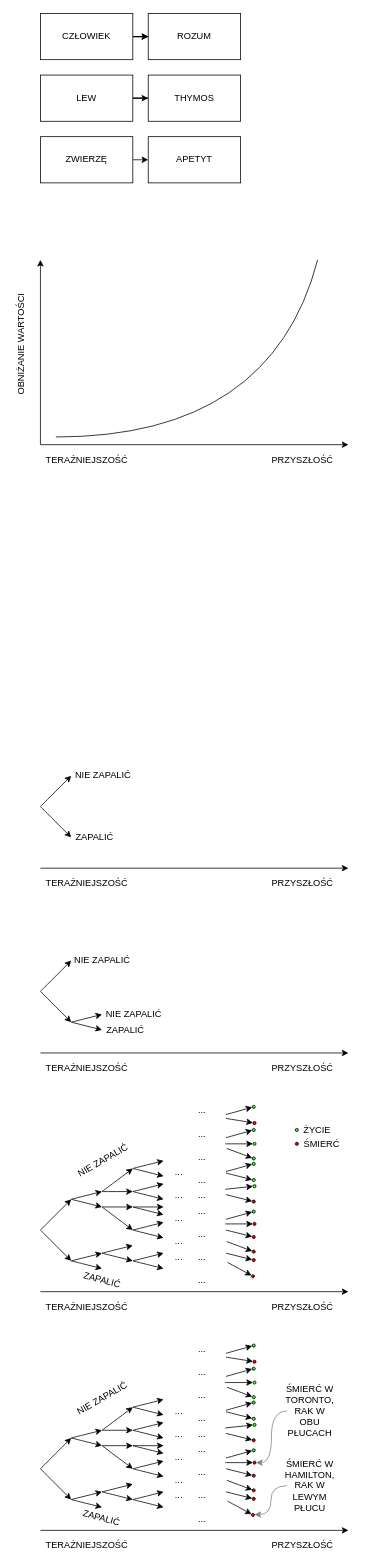
This is images/Untitled Diagram.drawio from lyckantropen/awakening-pl, a draw.io file, before an edit. Source tidied: cells renumbered, new cells numbered last; positions are measured from the earlier drawing's top-left corner, leaving out a move shared by most shapes. Both pictures are drawn from the tidied source at 77%, with x=0, y=0 at pixel (-37, 13).
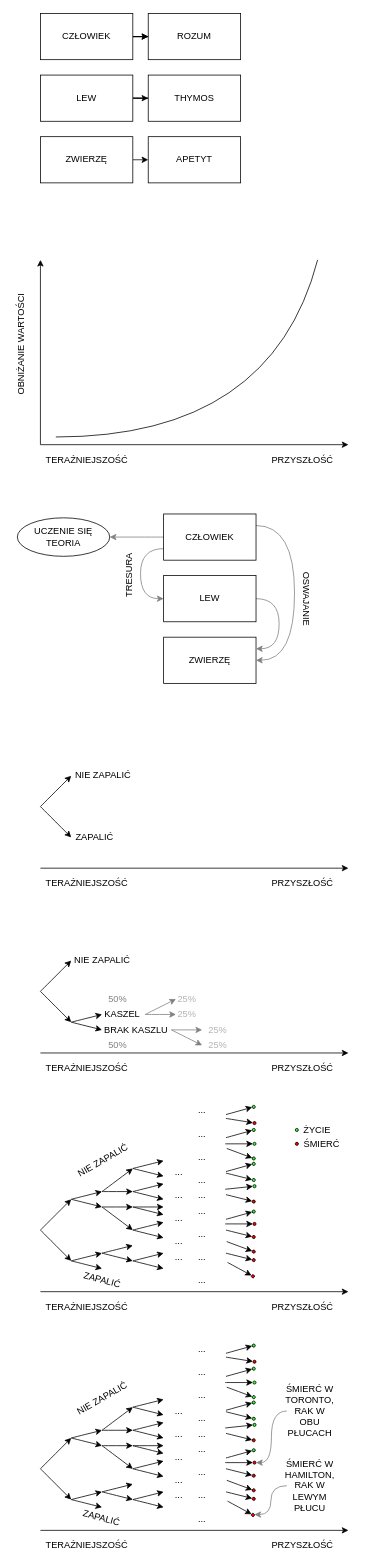
The same diagram, later.

Change to the diagram source:
```diff
@@
-    <mxCell id="109" value="ZAPALIĆ" style="text;html=1;align=center;verticalAlign=middle;strokeColor=none;fillColor=none;" parent="1" vertex="1">
-      <mxGeometry x="180" y="1310" width="60" height="20" as="geometry" />
+    <mxCell id="109" value="BRAK KASZLU" style="text;html=1;align=center;verticalAlign=middle;strokeColor=none;fillColor=none;" parent="1" vertex="1">
+      <mxGeometry x="174" y="1310" width="100" height="20" as="geometry" />
     </mxCell>
-    <mxCell id="110" value="NIE ZAPALIĆ" style="text;html=1;align=center;verticalAlign=middle;strokeColor=none;fillColor=none;" parent="1" vertex="1">
-      <mxGeometry x="176" y="1290" width="90" height="20" as="geometry" />
+    <mxCell id="110" value="KASZEL" style="text;html=1;align=center;verticalAlign=middle;strokeColor=none;fillColor=none;" parent="1" vertex="1">
+      <mxGeometry x="176" y="1290" width="60" height="20" as="geometry" />
     </mxCell>
@@
+    <mxCell id="215" style="endArrow=classic;html=1;curved=1;fontColor=#999999;strokeColor=#808080;" parent="1" edge="1">
+      <mxGeometry x="176" y="1250" as="geometry">
+        <mxPoint x="236" y="1300" as="sourcePoint" />
+        <mxPoint x="276" y="1280" as="targetPoint" />
+      </mxGeometry>
+    </mxCell>
+    <mxCell id="216" style="endArrow=classic;html=1;curved=1;fontColor=#999999;strokeColor=#808080;" parent="1" edge="1">
+      <mxGeometry x="176" y="1250" as="geometry">
+        <mxPoint x="236" y="1300" as="sourcePoint" />
+        <mxPoint x="276" y="1300" as="targetPoint" />
+      </mxGeometry>
+    </mxCell>
+    <mxCell id="217" style="endArrow=classic;html=1;curved=1;fontColor=#999999;strokeColor=#808080;" parent="1" edge="1">
+      <mxGeometry x="210" y="1270" as="geometry">
+        <mxPoint x="270" y="1320" as="sourcePoint" />
+        <mxPoint x="310" y="1340" as="targetPoint" />
+      </mxGeometry>
+    </mxCell>
+    <mxCell id="218" style="endArrow=classic;html=1;curved=1;fontColor=#999999;strokeColor=#808080;" parent="1" edge="1">
+      <mxGeometry x="210" y="1270" as="geometry">
+        <mxPoint x="270" y="1320" as="sourcePoint" />
+        <mxPoint x="310" y="1320" as="targetPoint" />
+      </mxGeometry>
+    </mxCell>
+    <mxCell id="219" value="50%" style="text;html=1;align=center;verticalAlign=middle;strokeColor=none;fillColor=none;fontColor=#808080;" parent="1" vertex="1">
+      <mxGeometry x="180" y="1270" width="40" height="20" as="geometry" />
+    </mxCell>
+    <mxCell id="220" value="50%" style="text;html=1;align=center;verticalAlign=middle;strokeColor=none;fillColor=none;fontColor=#808080;" parent="1" vertex="1">
+      <mxGeometry x="180" y="1330" width="40" height="20" as="geometry" />
+    </mxCell>
+    <mxCell id="221" value="25%" style="text;html=1;align=center;verticalAlign=middle;strokeColor=none;fillColor=none;fontColor=#B3B3B3;" parent="1" vertex="1">
+      <mxGeometry x="270" y="1270" width="40" height="20" as="geometry" />
+    </mxCell>
+    <mxCell id="222" value="25%" style="text;html=1;align=center;verticalAlign=middle;strokeColor=none;fillColor=none;fontColor=#B3B3B3;" parent="1" vertex="1">
+      <mxGeometry x="270" y="1290" width="40" height="20" as="geometry" />
+    </mxCell>
+    <mxCell id="223" value="25%" style="text;html=1;align=center;verticalAlign=middle;strokeColor=none;fillColor=none;fontColor=#B3B3B3;" parent="1" vertex="1">
+      <mxGeometry x="310" y="1310" width="40" height="20" as="geometry" />
+    </mxCell>
+    <mxCell id="224" value="25%" style="text;html=1;align=center;verticalAlign=middle;strokeColor=none;fillColor=none;fontColor=#B3B3B3;" parent="1" vertex="1">
+      <mxGeometry x="310" y="1330" width="40" height="20" as="geometry" />
+    </mxCell>
+    <mxCell id="225" style="edgeStyle=orthogonalEdgeStyle;curved=1;jettySize=auto;html=1;fontColor=#999999;strokeColor=#808080;entryX=1;entryY=0.5;entryDx=0;entryDy=0;" parent="1" edge="1" source="228" target="234">
+      <mxGeometry relative="1" as="geometry" />
+    </mxCell>
+    <mxCell id="226" style="edgeStyle=orthogonalEdgeStyle;curved=1;jettySize=auto;html=1;exitX=1;exitY=0.25;exitDx=0;exitDy=0;entryX=1;entryY=0.5;entryDx=0;entryDy=0;fontColor=#999999;strokeColor=#808080;" parent="1" edge="1" source="228" target="231">
+      <mxGeometry relative="1" as="geometry">
+        <Array as="points">
+          <mxPoint x="430" y="665" />
+          <mxPoint x="430" y="840" />
+        </Array>
+      </mxGeometry>
+    </mxCell>
+    <mxCell id="227" style="edgeStyle=orthogonalEdgeStyle;curved=1;jettySize=auto;html=1;exitX=0;exitY=0.75;exitDx=0;exitDy=0;entryX=0;entryY=0.5;entryDx=0;entryDy=0;fontColor=#999999;strokeColor=#808080;" parent="1" edge="1" source="228" target="230">
+      <mxGeometry relative="1" as="geometry">
+        <Array as="points">
+          <mxPoint x="230" y="695" />
+          <mxPoint x="230" y="760" />
+        </Array>
+      </mxGeometry>
+    </mxCell>
+    <mxCell id="228" value="CZŁOWIEK" style="rounded=0;whiteSpace=wrap;html=1;" parent="1" vertex="1">
+      <mxGeometry x="260" y="650" width="120" height="60" as="geometry" />
+    </mxCell>
+    <mxCell id="229" style="edgeStyle=orthogonalEdgeStyle;curved=1;jettySize=auto;html=1;exitX=1;exitY=0.5;exitDx=0;exitDy=0;entryX=1;entryY=0.25;entryDx=0;entryDy=0;fontColor=#999999;strokeColor=#808080;" parent="1" edge="1" source="230" target="231">
+      <mxGeometry relative="1" as="geometry">
+        <Array as="points">
+          <mxPoint x="410" y="760" />
+          <mxPoint x="410" y="825" />
+        </Array>
+      </mxGeometry>
+    </mxCell>
+    <mxCell id="230" value="LEW" style="rounded=0;whiteSpace=wrap;html=1;" parent="1" vertex="1">
+      <mxGeometry x="260" y="730" width="120" height="60" as="geometry" />
+    </mxCell>
+    <mxCell id="231" value="ZWIERZĘ" style="rounded=0;whiteSpace=wrap;html=1;" parent="1" vertex="1">
+      <mxGeometry x="260" y="810" width="120" height="60" as="geometry" />
+    </mxCell>
+    <mxCell id="232" value="OSWAJANIE" style="text;html=1;align=center;verticalAlign=middle;strokeColor=none;fillColor=none;fontColor=#000000;rotation=90;" parent="1" vertex="1">
+      <mxGeometry x="400" y="750" width="90" height="20" as="geometry" />
+    </mxCell>
+    <mxCell id="233" value="TRESURA" style="text;html=1;align=center;verticalAlign=middle;strokeColor=none;fillColor=none;fontColor=#000000;rotation=-90;" parent="1" vertex="1">
+      <mxGeometry x="180" y="720" width="70" height="20" as="geometry" />
+    </mxCell>
+    <mxCell id="234" value="UCZENIE SIĘ&lt;br&gt;TEORIA" style="ellipse;whiteSpace=wrap;html=1;fontColor=#000000;fillColor=default;gradientColor=none;" parent="1" vertex="1">
+      <mxGeometry x="70" y="655" width="120" height="50" as="geometry" />
+    </mxCell>
```
